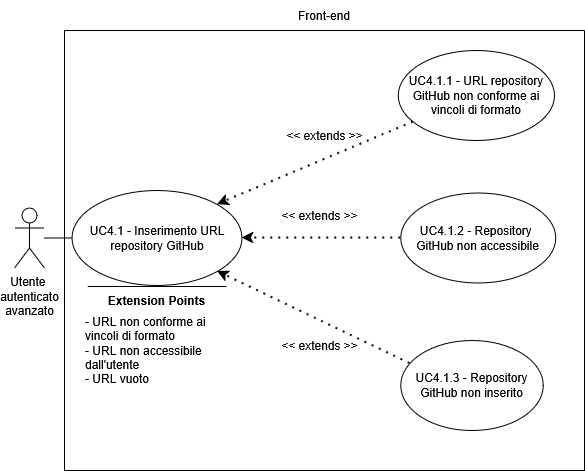
This is assets/diagrams/UC4_1.png from SkarabGroup/DocumentazioneProgetto, a draw.io export, as it was before one commit. Source tidied: cells renumbered, new cells last; positions are measured from the earlier drawing's top-left corner, leaving out a move shared by most shapes.
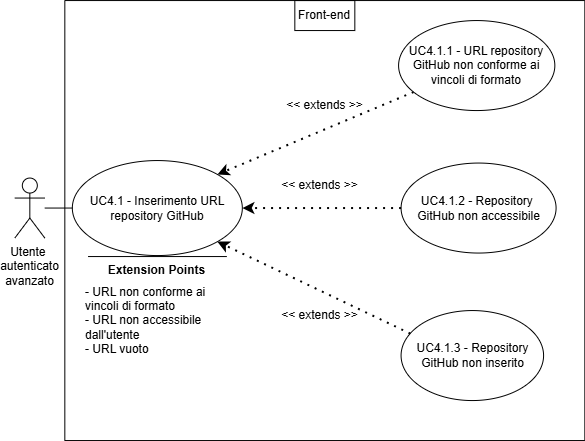
The same file after the commit.

Diff of the diagram source:
```diff
@@ -2,53 +2,53 @@
   <root>
     <mxCell id="0" />
     <mxCell id="1" parent="0" />
-    <mxCell id="2" style="swimlane;startSize=0;" parent="1" vertex="1">
-      <mxGeometry x="50" y="30" width="520" height="440" as="geometry" />
-    </mxCell>
+    <mxCell id="19" style="swimlane;startSize=0;" parent="1" vertex="1">
+      <mxGeometry x="50" y="30" width="520" height="440" as="geometry" />
+    </mxCell>
-    <mxCell id="3" value="UC4.1.1 - URL repository GitHub non conforme ai vincoli di formato" style="ellipse;whiteSpace=wrap;html=1;" parent="2" vertex="1">
+    <mxCell id="3" value="UC4.1.1 - URL repository GitHub non conforme ai vincoli di formato" style="ellipse;whiteSpace=wrap;html=1;" parent="19" vertex="1">
       <mxGeometry x="333.8" y="20" width="156.2" height="90" as="geometry" />
     </mxCell>
-    <mxCell id="4" style="endArrow=classic;dashed=1;html=1;dashPattern=1 3;strokeWidth=2;rounded=0;entryX=1;entryY=0;entryDx=0;entryDy=0;strokeColor=default;curved=0;endFill=1;endSize=6;" parent="2" edge="1" source="3" target="9">
+    <mxCell id="4" style="endArrow=classic;dashed=1;html=1;dashPattern=1 3;strokeWidth=2;rounded=0;entryX=1;entryY=0;entryDx=0;entryDy=0;strokeColor=default;curved=0;endFill=1;endSize=6;" parent="19" edge="1" source="3" target="9">
       <mxGeometry relative="1" as="geometry" />
     </mxCell>
-    <mxCell id="5" value="&lt;div&gt;&amp;lt;&amp;lt; extends &amp;gt;&amp;gt;&lt;/div&gt;" style="text;html=1;whiteSpace=wrap;strokeColor=none;fillColor=none;align=center;verticalAlign=middle;rounded=0;" parent="2" vertex="1">
+    <mxCell id="5" value="&lt;div&gt;&amp;lt;&amp;lt; extends &amp;gt;&amp;gt;&lt;/div&gt;" style="text;html=1;whiteSpace=wrap;strokeColor=none;fillColor=none;align=center;verticalAlign=middle;rounded=0;" parent="19" vertex="1">
       <mxGeometry x="212.5" y="90" width="95" height="30" as="geometry" />
     </mxCell>
-    <mxCell id="6" value="&lt;div&gt;UC4.1.2 - Repository&amp;nbsp;&lt;/div&gt;&lt;div&gt;GitHub non accessibile&lt;/div&gt;" style="ellipse;whiteSpace=wrap;html=1;" parent="2" vertex="1">
+    <mxCell id="6" value="&lt;div&gt;UC4.1.2 - Repository&amp;nbsp;&lt;/div&gt;&lt;div&gt;GitHub non accessibile&lt;/div&gt;" style="ellipse;whiteSpace=wrap;html=1;" parent="19" vertex="1">
       <mxGeometry x="336.2" y="162.5" width="155" height="90" as="geometry" />
     </mxCell>
-    <mxCell id="7" style="endArrow=classic;dashed=1;html=1;dashPattern=1 3;strokeWidth=2;rounded=0;exitX=0;exitY=0.5;exitDx=0;exitDy=0;strokeColor=default;curved=0;endFill=1;endSize=6;entryX=1;entryY=0.5;entryDx=0;entryDy=0;" parent="2" edge="1" source="6" target="9">
+    <mxCell id="7" style="endArrow=classic;dashed=1;html=1;dashPattern=1 3;strokeWidth=2;rounded=0;exitX=0;exitY=0.5;exitDx=0;exitDy=0;strokeColor=default;curved=0;endFill=1;endSize=6;entryX=1;entryY=0.5;entryDx=0;entryDy=0;" parent="19" edge="1" source="6" target="9">
       <mxGeometry relative="1" as="geometry" />
     </mxCell>
-    <mxCell id="8" value="&amp;lt;&amp;lt; extends &amp;gt;&amp;gt;" style="text;html=1;whiteSpace=wrap;strokeColor=none;fillColor=none;align=center;verticalAlign=middle;rounded=0;" parent="2" vertex="1">
+    <mxCell id="8" value="&amp;lt;&amp;lt; extends &amp;gt;&amp;gt;" style="text;html=1;whiteSpace=wrap;strokeColor=none;fillColor=none;align=center;verticalAlign=middle;rounded=0;" parent="19" vertex="1">
       <mxGeometry x="207.5" y="170" width="95" height="30" as="geometry" />
     </mxCell>
-    <mxCell id="9" value="UC4.1 - Inserimento URL repository GitHub" style="ellipse;whiteSpace=wrap;html=1;" parent="2" vertex="1">
+    <mxCell id="9" value="UC4.1 - Inserimento URL repository GitHub" style="ellipse;whiteSpace=wrap;html=1;" parent="19" vertex="1">
       <mxGeometry x="7.5" y="160" width="170" height="95" as="geometry" />
     </mxCell>
-    <mxCell id="10" style="endArrow=none;html=1;rounded=0;" parent="2" edge="1">
-      <mxGeometry relative="1" as="geometry">
-        <mxPoint x="162" y="256" as="sourcePoint" />
-        <mxPoint x="23.2" y="256" as="targetPoint" />
-      </mxGeometry>
-    </mxCell>
+    <mxCell id="20" style="endArrow=none;html=1;rounded=0;" parent="19" edge="1">
+      <mxGeometry relative="1" as="geometry">
+        <mxPoint x="162" y="256" as="sourcePoint" />
+        <mxPoint x="23.2" y="256" as="targetPoint" />
+      </mxGeometry>
+    </mxCell>
-    <mxCell id="11" value="&lt;b&gt;Extension Points&lt;/b&gt;" style="text;html=1;whiteSpace=wrap;strokeColor=none;fillColor=none;align=center;verticalAlign=middle;rounded=0;strokeWidth=5;" parent="2" vertex="1">
+    <mxCell id="11" value="&lt;b&gt;Extension Points&lt;/b&gt;" style="text;html=1;whiteSpace=wrap;strokeColor=none;fillColor=none;align=center;verticalAlign=middle;rounded=0;strokeWidth=5;" parent="19" vertex="1">
       <mxGeometry x="35" y="255" width="115" height="30" as="geometry" />
     </mxCell>
-    <mxCell id="12" value="&lt;div align=&quot;left&quot;&gt;- URL non conforme ai vincoli di formato&lt;/div&gt;&lt;div align=&quot;left&quot;&gt;- URL non accessibile dall'utente&lt;/div&gt;&lt;div align=&quot;left&quot;&gt;- URL vuoto&lt;/div&gt;" style="text;html=1;whiteSpace=wrap;strokeColor=none;fillColor=none;align=left;verticalAlign=middle;rounded=0;" parent="2" vertex="1">
+    <mxCell id="12" value="&lt;div align=&quot;left&quot;&gt;- URL non conforme ai vincoli di formato&lt;/div&gt;&lt;div align=&quot;left&quot;&gt;- URL non accessibile dall'utente&lt;/div&gt;&lt;div align=&quot;left&quot;&gt;- URL vuoto&lt;/div&gt;" style="text;html=1;whiteSpace=wrap;strokeColor=none;fillColor=none;align=left;verticalAlign=middle;rounded=0;" parent="19" vertex="1">
       <mxGeometry x="19" y="270" width="147" height="100" as="geometry" />
     </mxCell>
-    <mxCell id="13" value="UC4.1.3 - Repository GitHub non inserito" style="ellipse;whiteSpace=wrap;html=1;" parent="2" vertex="1">
+    <mxCell id="13" value="UC4.1.3 - Repository GitHub non inserito" style="ellipse;whiteSpace=wrap;html=1;" parent="19" vertex="1">
       <mxGeometry x="336.2" y="310" width="142.5" height="90" as="geometry" />
     </mxCell>
-    <mxCell id="14" style="endArrow=classic;dashed=1;html=1;dashPattern=1 3;strokeWidth=2;rounded=0;entryX=1;entryY=1;entryDx=0;entryDy=0;exitX=0.065;exitY=0.256;exitDx=0;exitDy=0;strokeColor=default;curved=0;endFill=1;endSize=6;exitPerimeter=0;" parent="2" edge="1" source="13" target="9">
+    <mxCell id="14" style="endArrow=classic;dashed=1;html=1;dashPattern=1 3;strokeWidth=2;rounded=0;entryX=1;entryY=1;entryDx=0;entryDy=0;exitX=0.065;exitY=0.256;exitDx=0;exitDy=0;strokeColor=default;curved=0;endFill=1;endSize=6;exitPerimeter=0;" parent="19" edge="1" source="13" target="9">
       <mxGeometry relative="1" as="geometry" />
     </mxCell>
-    <mxCell id="15" value="&amp;lt;&amp;lt; extends &amp;gt;&amp;gt;" style="text;html=1;whiteSpace=wrap;strokeColor=none;fillColor=none;align=center;verticalAlign=middle;rounded=0;" parent="2" vertex="1">
+    <mxCell id="15" value="&amp;lt;&amp;lt; extends &amp;gt;&amp;gt;" style="text;html=1;whiteSpace=wrap;strokeColor=none;fillColor=none;align=center;verticalAlign=middle;rounded=0;" parent="19" vertex="1">
       <mxGeometry x="207.5" y="300" width="95" height="30" as="geometry" />
     </mxCell>
-    <mxCell id="16" value="Front-end" style="text;html=1;whiteSpace=wrap;strokeColor=none;fillColor=none;align=center;verticalAlign=middle;rounded=0;" parent="1" vertex="1">
-      <mxGeometry x="280" width="60" height="30" as="geometry" />
+    <mxCell id="16" value="Front-end" style="text;html=1;whiteSpace=wrap;strokeColor=default;fillColor=none;align=center;verticalAlign=middle;rounded=0;perimeterSpacing=1;" parent="19" vertex="1">
+      <mxGeometry x="230" width="60" height="30" as="geometry" />
     </mxCell>
     <mxCell id="17" value="&lt;div&gt;Utente&amp;nbsp;&lt;/div&gt;&lt;div&gt;autenticato&lt;/div&gt;&lt;div&gt;avanzato&lt;/div&gt;" style="shape=umlActor;verticalLabelPosition=bottom;verticalAlign=top;html=1;outlineConnect=0;" parent="1" vertex="1">
       <mxGeometry y="207.5" width="30" height="60" as="geometry" />
```
